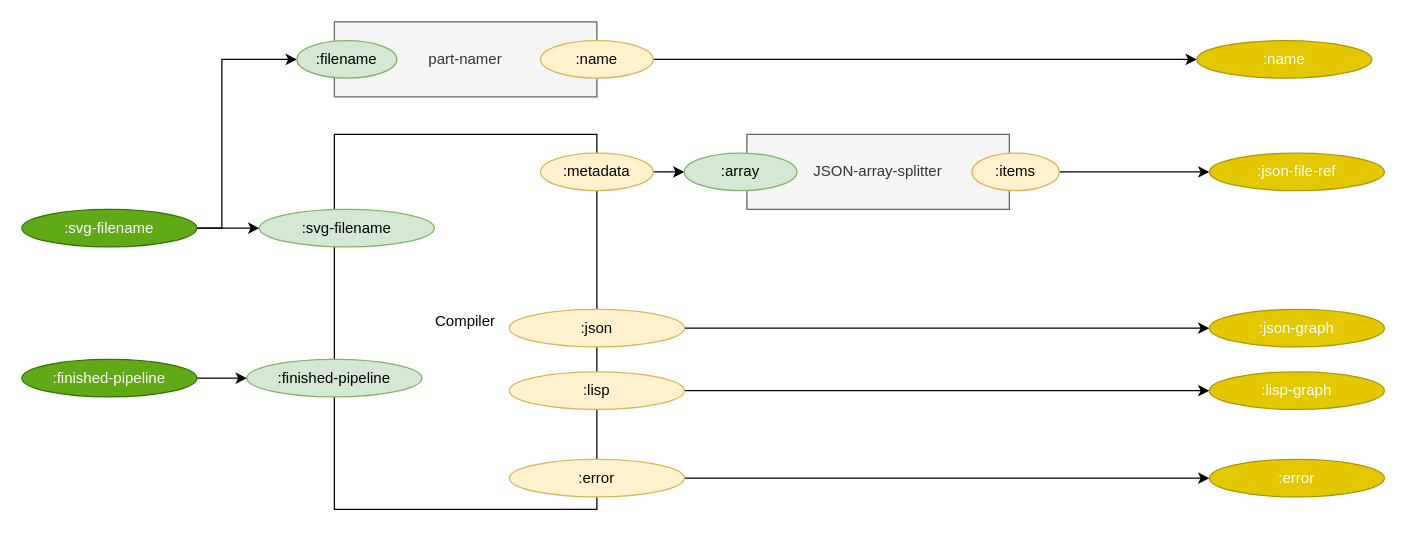
The draw.io diagram page "3. compile-single-diagram" (4 of 5) of build_process/cl-build/build.drawio in bmfbp/bmfbp, before the edit. Source tidied: cells renumbered, new cells numbered last; positions are measured from the earlier drawing's top-left corner, leaving out a move shared by most shapes. Both pictures are drawn from the tidied source at 125%, with x=0, y=0 at pixel (21, 21).
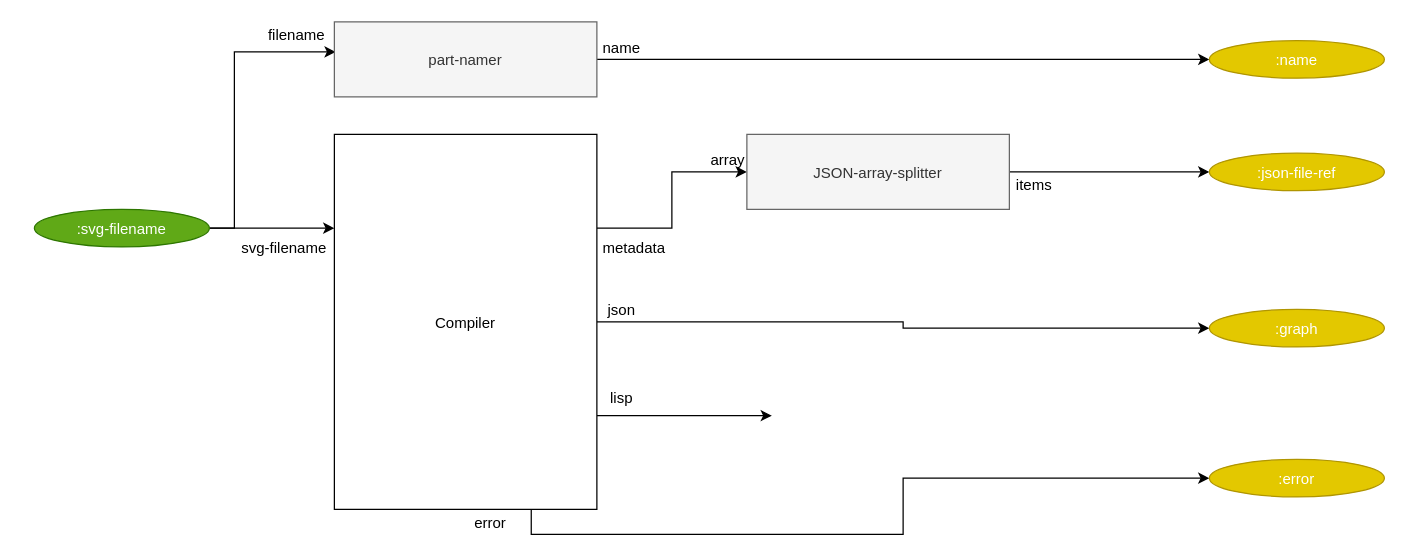
Above is the later version.

Diff of the diagram source:
```diff
@@
+    <mxCell id="31" style="edgeStyle=orthogonalEdgeStyle;rounded=0;jettySize=auto;html=1;exitX=1;exitY=0.25;exitDx=0;exitDy=0;entryX=0;entryY=0.5;entryDx=0;entryDy=0;" parent="1" edge="1" source="2" target="20">
+      <mxGeometry relative="1" as="geometry" />
+    </mxCell>
+    <mxCell id="32" style="edgeStyle=orthogonalEdgeStyle;rounded=0;jettySize=auto;html=1;exitX=1;exitY=0.5;exitDx=0;exitDy=0;entryX=0;entryY=0.5;entryDx=0;entryDy=0;" parent="1" edge="1" source="2" target="25">
+      <mxGeometry relative="1" as="geometry" />
+    </mxCell>
+    <mxCell id="33" style="edgeStyle=orthogonalEdgeStyle;rounded=0;jettySize=auto;html=1;exitX=1;exitY=0.75;exitDx=0;exitDy=0;" parent="1" edge="1" source="2">
+      <mxGeometry relative="1" as="geometry">
+        <mxPoint x="600" y="315" as="targetPoint" />
+      </mxGeometry>
+    </mxCell>
+    <mxCell id="34" style="edgeStyle=orthogonalEdgeStyle;rounded=0;jettySize=auto;html=1;exitX=0.75;exitY=1;exitDx=0;exitDy=0;entryX=0;entryY=0.5;entryDx=0;entryDy=0;" parent="1" edge="1" source="2" target="27">
+      <mxGeometry relative="1" as="geometry" />
+    </mxCell>
-    <mxCell id="2" value="Compiler" style="rounded=0;whiteSpace=wrap;html=1;" parent="1" vertex="1">
+    <mxCell id="2" value="Compiler" style="rounded=0;" parent="1" vertex="1">
       <mxGeometry x="250" y="90" width="210" height="300" as="geometry" />
     </mxCell>
-    <mxCell id="3" style="edgeStyle=orthogonalEdgeStyle;rounded=0;jettySize=auto;html=1;exitX=1;exitY=0.5;exitDx=0;exitDy=0;entryX=0;entryY=0.5;entryDx=0;entryDy=0;" parent="1" edge="1" source="4" target="27">
-      <mxGeometry relative="1" as="geometry" />
-    </mxCell>
-    <mxCell id="4" value=":error" style="ellipse;whiteSpace=wrap;html=1;fillColor=#fff2cc;strokeColor=#d6b656;" parent="1" vertex="1">
-      <mxGeometry x="390" y="350" width="140" height="30" as="geometry" />
-    </mxCell>
-    <mxCell id="5" style="edgeStyle=orthogonalEdgeStyle;rounded=0;jettySize=auto;html=1;exitX=1;exitY=0.5;exitDx=0;exitDy=0;" parent="1" edge="1" source="6" target="21">
-      <mxGeometry relative="1" as="geometry" />
-    </mxCell>
-    <mxCell id="6" value=":metadata" style="ellipse;whiteSpace=wrap;html=1;fillColor=#fff2cc;strokeColor=#d6b656;" parent="1" vertex="1">
-      <mxGeometry x="415" y="105" width="90" height="30" as="geometry" />
-    </mxCell>
-    <mxCell id="7" style="edgeStyle=orthogonalEdgeStyle;rounded=0;jettySize=auto;html=1;exitX=1;exitY=0.5;exitDx=0;exitDy=0;entryX=0;entryY=0.5;entryDx=0;entryDy=0;" parent="1" edge="1" source="8" target="25">
-      <mxGeometry relative="1" as="geometry" />
-    </mxCell>
-    <mxCell id="8" value=":json" style="ellipse;whiteSpace=wrap;html=1;fillColor=#fff2cc;strokeColor=#d6b656;" parent="1" vertex="1">
-      <mxGeometry x="390" y="230" width="140" height="30" as="geometry" />
-    </mxCell>
-    <mxCell id="9" style="edgeStyle=orthogonalEdgeStyle;rounded=0;jettySize=auto;html=1;exitX=1;exitY=0.5;exitDx=0;exitDy=0;entryX=0;entryY=0.5;entryDx=0;entryDy=0;" parent="1" edge="1" source="10" target="26">
-      <mxGeometry relative="1" as="geometry" />
-    </mxCell>
-    <mxCell id="10" value=":lisp" style="ellipse;whiteSpace=wrap;html=1;fillColor=#fff2cc;strokeColor=#d6b656;" parent="1" vertex="1">
-      <mxGeometry x="390" y="280" width="140" height="30" as="geometry" />
-    </mxCell>
-    <mxCell id="11" value=":svg-filename" style="ellipse;whiteSpace=wrap;html=1;fillColor=#d5e8d4;strokeColor=#82b366;" parent="1" vertex="1">
-      <mxGeometry x="190" y="150" width="140" height="30" as="geometry" />
-    </mxCell>
-    <mxCell id="12" style="edgeStyle=orthogonalEdgeStyle;rounded=0;jettySize=auto;html=1;exitX=1;exitY=0.5;exitDx=0;exitDy=0;" parent="1" edge="1" source="14" target="11">
-      <mxGeometry relative="1" as="geometry" />
-    </mxCell>
-    <mxCell id="13" style="edgeStyle=orthogonalEdgeStyle;rounded=0;jettySize=auto;html=1;exitX=1;exitY=0.5;exitDx=0;exitDy=0;entryX=0;entryY=0.5;entryDx=0;entryDy=0;" parent="1" edge="1" source="14" target="16">
-      <mxGeometry relative="1" as="geometry">
-        <Array as="points">
-          <mxPoint x="160" y="165" />
-          <mxPoint x="160" y="30" />
-        </Array>
-      </mxGeometry>
-    </mxCell>
+    <mxCell id="35" style="edgeStyle=orthogonalEdgeStyle;rounded=0;jettySize=auto;html=1;exitX=1;exitY=0.5;exitDx=0;exitDy=0;entryX=0.005;entryY=0.4;entryDx=0;entryDy=0;entryPerimeter=0;" parent="1" edge="1" source="14" target="15">
+      <mxGeometry relative="1" as="geometry">
+        <Array as="points">
+          <mxPoint x="170" y="165" />
+          <mxPoint x="170" y="24" />
+        </Array>
+      </mxGeometry>
+    </mxCell>
+    <mxCell id="36" style="edgeStyle=orthogonalEdgeStyle;rounded=0;jettySize=auto;html=1;exitX=1;exitY=0.5;exitDx=0;exitDy=0;entryX=0;entryY=0.25;entryDx=0;entryDy=0;" parent="1" edge="1" source="14" target="2">
+      <mxGeometry relative="1" as="geometry" />
+    </mxCell>
-    <mxCell id="14" value=":svg-filename" style="ellipse;whiteSpace=wrap;html=1;fillColor=#60a917;strokeColor=#2D7600;fontColor=#ffffff;" parent="1" vertex="1">
-      <mxGeometry y="150" width="140" height="30" as="geometry" />
+    <mxCell id="14" value=":svg-filename" style="ellipse;fillColor=#60a917;strokeColor=#2D7600;fontColor=#ffffff;" parent="1" vertex="1">
+      <mxGeometry x="10" y="150" width="140" height="30" as="geometry" />
     </mxCell>
+    <mxCell id="37" style="edgeStyle=orthogonalEdgeStyle;rounded=0;jettySize=auto;html=1;exitX=1;exitY=0.5;exitDx=0;exitDy=0;" parent="1" edge="1" source="15" target="19">
+      <mxGeometry relative="1" as="geometry" />
+    </mxCell>
-    <mxCell id="15" value="part-namer" style="rounded=0;whiteSpace=wrap;html=1;strokeColor=#666666;align=center;fillColor=#f5f5f5;fontColor=#333333;" parent="1" vertex="1">
+    <mxCell id="15" value="part-namer" style="rounded=0;strokeColor=#666666;align=center;fillColor=#f5f5f5;fontColor=#333333;" parent="1" vertex="1">
       <mxGeometry x="250" width="210" height="60" as="geometry" />
     </mxCell>
-    <mxCell id="16" value=":filename" style="ellipse;whiteSpace=wrap;html=1;fillColor=#d5e8d4;strokeColor=#82b366;" parent="1" vertex="1">
-      <mxGeometry x="220" y="15" width="80" height="30" as="geometry" />
-    </mxCell>
-    <mxCell id="17" style="edgeStyle=orthogonalEdgeStyle;rounded=0;jettySize=auto;html=1;exitX=1;exitY=0.5;exitDx=0;exitDy=0;entryX=0;entryY=0.5;entryDx=0;entryDy=0;" parent="1" edge="1" source="18" target="19">
-      <mxGeometry relative="1" as="geometry" />
-    </mxCell>
-    <mxCell id="18" value=":name" style="ellipse;whiteSpace=wrap;html=1;fillColor=#fff2cc;strokeColor=#d6b656;" parent="1" vertex="1">
-      <mxGeometry x="415" y="15" width="90" height="30" as="geometry" />
-    </mxCell>
-    <mxCell id="19" value=":name" style="ellipse;whiteSpace=wrap;html=1;fillColor=#e3c800;strokeColor=#B09500;fontColor=#ffffff;" parent="1" vertex="1">
-      <mxGeometry x="940" y="15" width="140" height="30" as="geometry" />
+    <mxCell id="19" value=":name" style="ellipse;fillColor=#e3c800;strokeColor=#B09500;fontColor=#ffffff;" parent="1" vertex="1">
+      <mxGeometry x="950" y="15" width="140" height="30" as="geometry" />
     </mxCell>
+    <mxCell id="38" style="edgeStyle=orthogonalEdgeStyle;rounded=0;jettySize=auto;html=1;exitX=1;exitY=0.5;exitDx=0;exitDy=0;" parent="1" edge="1" source="20" target="24">
+      <mxGeometry relative="1" as="geometry" />
+    </mxCell>
-    <mxCell id="20" value="JSON-array-splitter" style="rounded=0;whiteSpace=wrap;html=1;strokeColor=#666666;align=center;fillColor=#f5f5f5;fontColor=#333333;" parent="1" vertex="1">
+    <mxCell id="20" value="JSON-array-splitter" style="rounded=0;strokeColor=#666666;align=center;fillColor=#f5f5f5;fontColor=#333333;" parent="1" vertex="1">
       <mxGeometry x="580" y="90" width="210" height="60" as="geometry" />
     </mxCell>
-    <mxCell id="21" value=":array" style="ellipse;whiteSpace=wrap;html=1;fillColor=#d5e8d4;strokeColor=#82b366;" parent="1" vertex="1">
-      <mxGeometry x="530" y="105" width="90" height="30" as="geometry" />
-    </mxCell>
-    <mxCell id="22" style="edgeStyle=orthogonalEdgeStyle;rounded=0;jettySize=auto;html=1;exitX=1;exitY=0.5;exitDx=0;exitDy=0;" parent="1" edge="1" source="23" target="24">
-      <mxGeometry relative="1" as="geometry" />
-    </mxCell>
-    <mxCell id="23" value=":items" style="ellipse;whiteSpace=wrap;html=1;fillColor=#fff2cc;strokeColor=#d6b656;" parent="1" vertex="1">
-      <mxGeometry x="760" y="105" width="70" height="30" as="geometry" />
-    </mxCell>
-    <mxCell id="24" value=":json-file-ref" style="ellipse;whiteSpace=wrap;html=1;fillColor=#e3c800;strokeColor=#B09500;fontColor=#ffffff;" parent="1" vertex="1">
+    <mxCell id="24" value=":json-file-ref" style="ellipse;fillColor=#e3c800;strokeColor=#B09500;fontColor=#ffffff;" parent="1" vertex="1">
       <mxGeometry x="950" y="105" width="140" height="30" as="geometry" />
     </mxCell>
-    <mxCell id="25" value=":json-graph" style="ellipse;whiteSpace=wrap;html=1;fillColor=#e3c800;strokeColor=#B09500;fontColor=#ffffff;" parent="1" vertex="1">
+    <mxCell id="25" value=":graph" style="ellipse;fillColor=#e3c800;strokeColor=#B09500;fontColor=#ffffff;" parent="1" vertex="1">
       <mxGeometry x="950" y="230" width="140" height="30" as="geometry" />
     </mxCell>
-    <mxCell id="26" value=":lisp-graph" style="ellipse;whiteSpace=wrap;html=1;fillColor=#e3c800;strokeColor=#B09500;fontColor=#ffffff;" parent="1" vertex="1">
-      <mxGeometry x="950" y="280" width="140" height="30" as="geometry" />
-    </mxCell>
-    <mxCell id="27" value=":error" style="ellipse;whiteSpace=wrap;html=1;fillColor=#e3c800;strokeColor=#B09500;fontColor=#ffffff;" parent="1" vertex="1">
+    <mxCell id="27" value=":error" style="ellipse;fillColor=#e3c800;strokeColor=#B09500;fontColor=#ffffff;" parent="1" vertex="1">
       <mxGeometry x="950" y="350" width="140" height="30" as="geometry" />
     </mxCell>
-    <mxCell id="28" value=":finished-pipeline" style="ellipse;whiteSpace=wrap;html=1;fillColor=#d5e8d4;strokeColor=#82b366;" parent="1" vertex="1">
-      <mxGeometry x="180" y="270" width="140" height="30" as="geometry" />
-    </mxCell>
-    <mxCell id="29" style="edgeStyle=orthogonalEdgeStyle;rounded=0;jettySize=auto;html=1;exitX=1;exitY=0.5;exitDx=0;exitDy=0;" parent="1" edge="1" source="30" target="28">
-      <mxGeometry relative="1" as="geometry" />
-    </mxCell>
-    <mxCell id="30" value=":finished-pipeline" style="ellipse;whiteSpace=wrap;html=1;fillColor=#60a917;strokeColor=#2D7600;fontColor=#ffffff;" parent="1" vertex="1">
-      <mxGeometry y="270" width="140" height="30" as="geometry" />
-    </mxCell>
+    <mxCell id="39" value="array" style="text;strokeColor=none;fillColor=none;align=center;verticalAlign=middle;rounded=0;" parent="1" vertex="1">
+      <mxGeometry x="545" y="100" width="40" height="20" as="geometry" />
+    </mxCell>
+    <mxCell id="40" value="metadata" style="text;strokeColor=none;fillColor=none;align=center;verticalAlign=middle;rounded=0;" parent="1" vertex="1">
+      <mxGeometry x="460" y="170" width="60" height="20" as="geometry" />
+    </mxCell>
+    <mxCell id="41" value="items" style="text;strokeColor=none;fillColor=none;align=center;verticalAlign=middle;rounded=0;" parent="1" vertex="1">
+      <mxGeometry x="790" y="120" width="40" height="20" as="geometry" />
+    </mxCell>
+    <mxCell id="42" value="name" style="text;strokeColor=none;fillColor=none;align=center;verticalAlign=middle;rounded=0;" parent="1" vertex="1">
+      <mxGeometry x="460" y="10" width="40" height="20" as="geometry" />
+    </mxCell>
+    <mxCell id="43" value="json" style="text;strokeColor=none;fillColor=none;align=center;verticalAlign=middle;rounded=0;" parent="1" vertex="1">
+      <mxGeometry x="460" y="220" width="40" height="20" as="geometry" />
+    </mxCell>
+    <mxCell id="44" value="lisp" style="text;strokeColor=none;fillColor=none;align=center;verticalAlign=middle;rounded=0;" parent="1" vertex="1">
+      <mxGeometry x="460" y="290" width="40" height="20" as="geometry" />
+    </mxCell>
+    <mxCell id="45" value="error" style="text;strokeColor=none;fillColor=none;align=center;verticalAlign=middle;rounded=0;" parent="1" vertex="1">
+      <mxGeometry x="340" y="390" width="70" height="20" as="geometry" />
+    </mxCell>
+    <mxCell id="46" value="filename" style="text;strokeColor=none;fillColor=none;align=center;verticalAlign=middle;rounded=0;" parent="1" vertex="1">
+      <mxGeometry x="190" width="60" height="20" as="geometry" />
+    </mxCell>
+    <mxCell id="47" value="svg-filename" style="text;strokeColor=none;fillColor=none;align=center;verticalAlign=middle;rounded=0;" parent="1" vertex="1">
+      <mxGeometry x="170" y="170" width="80" height="20" as="geometry" />
+    </mxCell>
```
